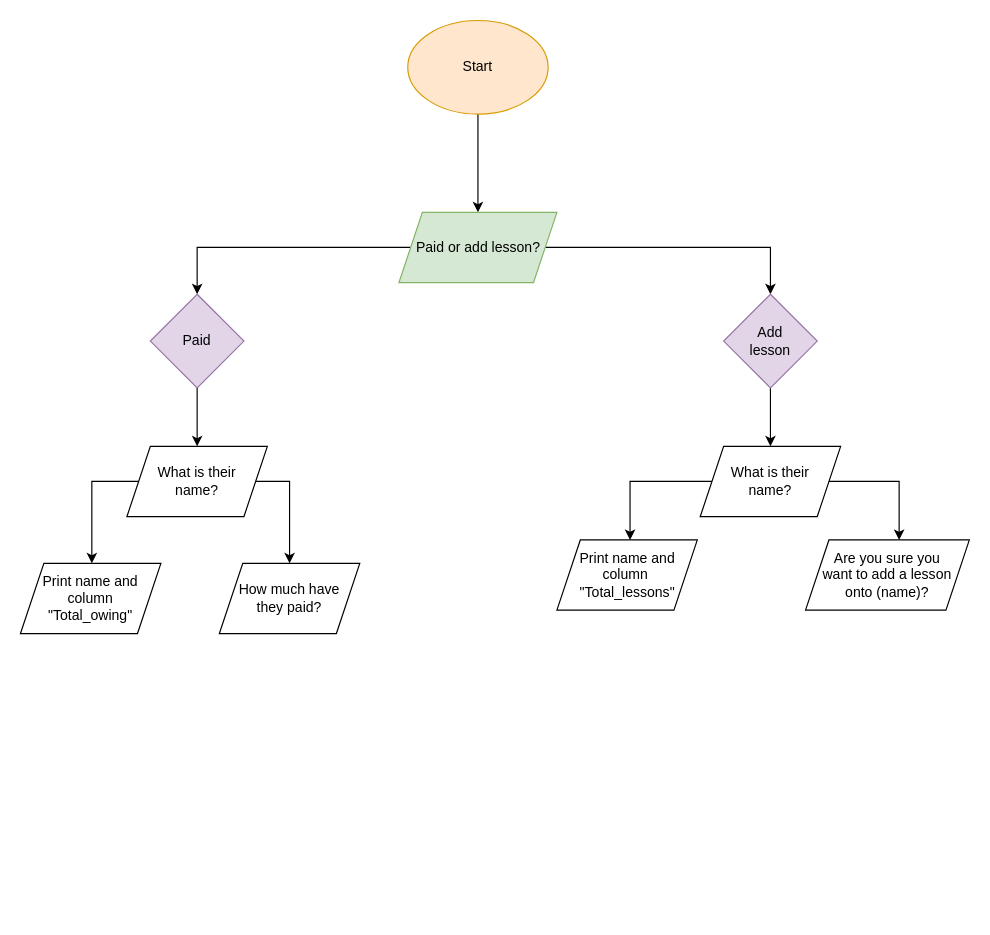
Above: Untitled Diagram.drawio in kenenugget/hello-world (draw.io), before the change. Source tidied: cells renumbered, new cells numbered last; positions are measured from the earlier drawing's top-left corner, leaving out a move shared by most shapes. Both pictures are drawn from the tidied source at 117%, with x=0, y=0 at pixel (20, 20).
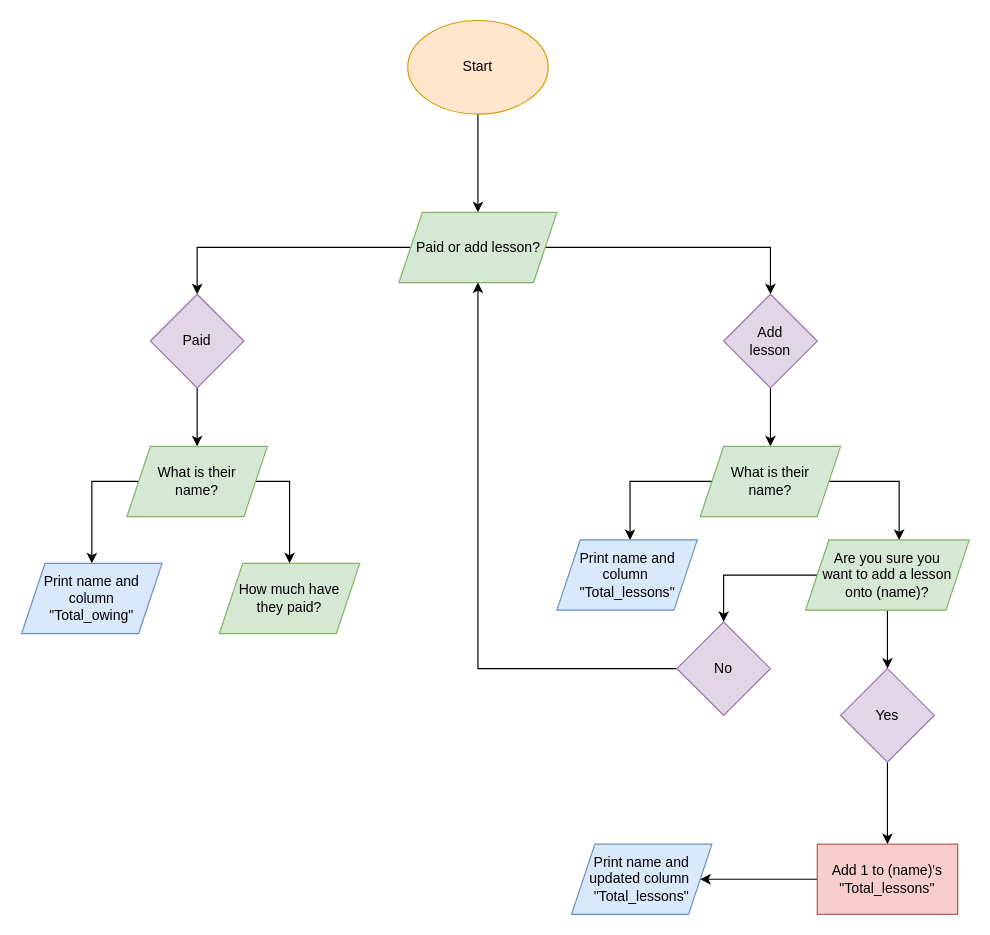
The same diagram, later.

Unchanged cells that the change refers to:
```xml
<mxCell id="6" value="Paid or add lesson?" style="shape=parallelogram;perimeter=parallelogramPerimeter;whiteSpace=wrap;html=1;fixedSize=1;fillColor=#d5e8d4;strokeColor=#82b366;" parent="1" vertex="1">
  <mxGeometry x="323.5" y="164" width="135" height="60" as="geometry" />
</mxCell>
```

What changed in the source:
```diff
@@
-    <mxCell id="13" value="What is their &lt;br&gt;name?" style="shape=parallelogram;perimeter=parallelogramPerimeter;whiteSpace=wrap;html=1;fixedSize=1;" parent="1" vertex="1">
+    <mxCell id="13" value="What is their &lt;br&gt;name?" style="shape=parallelogram;perimeter=parallelogramPerimeter;whiteSpace=wrap;html=1;fixedSize=1;fillColor=#d5e8d4;strokeColor=#82b366;" parent="1" vertex="1">
       <mxGeometry x="91" y="364" width="120" height="60" as="geometry" />
     </mxCell>
@@
-    <mxCell id="16" value="What is their &lt;br&gt;name?" style="shape=parallelogram;perimeter=parallelogramPerimeter;whiteSpace=wrap;html=1;fixedSize=1;" parent="1" vertex="1">
+    <mxCell id="16" value="What is their &lt;br&gt;name?" style="shape=parallelogram;perimeter=parallelogramPerimeter;whiteSpace=wrap;html=1;fixedSize=1;fillColor=#d5e8d4;strokeColor=#82b366;" parent="1" vertex="1">
       <mxGeometry x="581" y="364" width="120" height="60" as="geometry" />
     </mxCell>
-    <mxCell id="17" value="Print name and column &lt;br&gt;&quot;Total_owing&quot;" style="shape=parallelogram;perimeter=parallelogramPerimeter;whiteSpace=wrap;html=1;fixedSize=1;" parent="1" vertex="1">
-      <mxGeometry y="464" width="120" height="60" as="geometry" />
+    <mxCell id="17" value="Print name and column &lt;br&gt;&quot;Total_owing&quot;" style="shape=parallelogram;perimeter=parallelogramPerimeter;whiteSpace=wrap;html=1;fixedSize=1;fillColor=#dae8fc;strokeColor=#6c8ebf;" parent="1" vertex="1">
+      <mxGeometry x="1" y="464" width="120" height="60" as="geometry" />
     </mxCell>
-    <mxCell id="18" value="How much have&lt;br&gt;they paid?" style="shape=parallelogram;perimeter=parallelogramPerimeter;whiteSpace=wrap;html=1;fixedSize=1;" parent="1" vertex="1">
+    <mxCell id="18" value="How much have&lt;br&gt;they paid?" style="shape=parallelogram;perimeter=parallelogramPerimeter;whiteSpace=wrap;html=1;fixedSize=1;fillColor=#d5e8d4;strokeColor=#82b366;" parent="1" vertex="1">
       <mxGeometry x="170" y="464" width="120" height="60" as="geometry" />
     </mxCell>
-    <mxCell id="19" value="Print name and column&amp;nbsp;&lt;br&gt;&quot;Total_lessons&quot;" style="shape=parallelogram;perimeter=parallelogramPerimeter;whiteSpace=wrap;html=1;fixedSize=1;" parent="1" vertex="1">
+    <mxCell id="19" value="Print name and column&amp;nbsp;&lt;br&gt;&quot;Total_lessons&quot;" style="shape=parallelogram;perimeter=parallelogramPerimeter;whiteSpace=wrap;html=1;fixedSize=1;fillColor=#dae8fc;strokeColor=#6c8ebf;" parent="1" vertex="1">
       <mxGeometry x="458.5" y="444" width="120" height="60" as="geometry" />
     </mxCell>
+    <mxCell id="21" style="edgeStyle=orthogonalEdgeStyle;rounded=0;jettySize=auto;html=1;" parent="1" edge="1" source="20" target="24">
+      <mxGeometry relative="1" as="geometry">
+        <Array as="points">
+          <mxPoint x="601" y="474" />
+        </Array>
+      </mxGeometry>
+    </mxCell>
+    <mxCell id="22" style="edgeStyle=orthogonalEdgeStyle;rounded=0;jettySize=auto;html=1;" parent="1" edge="1" source="20" target="26">
+      <mxGeometry relative="1" as="geometry" />
+    </mxCell>
-    <mxCell id="20" value="Are you sure you &lt;br&gt;want to add a lesson &lt;br&gt;onto (name)?" style="shape=parallelogram;perimeter=parallelogramPerimeter;whiteSpace=wrap;html=1;fixedSize=1;" parent="1" vertex="1">
+    <mxCell id="20" value="Are you sure you &lt;br&gt;want to add a lesson &lt;br&gt;onto (name)?" style="shape=parallelogram;perimeter=parallelogramPerimeter;whiteSpace=wrap;html=1;fixedSize=1;fillColor=#d5e8d4;strokeColor=#82b366;" parent="1" vertex="1">
       <mxGeometry x="671" y="444" width="140" height="60" as="geometry" />
     </mxCell>
+    <mxCell id="23" style="edgeStyle=orthogonalEdgeStyle;rounded=0;jettySize=auto;html=1;entryX=0.5;entryY=1;entryDx=0;entryDy=0;" parent="1" edge="1" source="24" target="6">
+      <mxGeometry relative="1" as="geometry" />
+    </mxCell>
+    <mxCell id="24" value="No" style="rhombus;whiteSpace=wrap;html=1;fillColor=#e1d5e7;strokeColor=#9673a6;" parent="1" vertex="1">
+      <mxGeometry x="561" y="514" width="80" height="80" as="geometry" />
+    </mxCell>
+    <mxCell id="25" style="edgeStyle=orthogonalEdgeStyle;rounded=0;jettySize=auto;html=1;entryX=0.5;entryY=0;entryDx=0;entryDy=0;" parent="1" edge="1" source="26" target="29">
+      <mxGeometry relative="1" as="geometry" />
+    </mxCell>
+    <mxCell id="26" value="Yes" style="rhombus;whiteSpace=wrap;html=1;fillColor=#e1d5e7;strokeColor=#9673a6;" parent="1" vertex="1">
+      <mxGeometry x="701" y="554" width="80" height="80" as="geometry" />
+    </mxCell>
+    <mxCell id="27" value="Print name and updated column&amp;nbsp;&lt;br&gt;&quot;Total_lessons&quot;" style="shape=parallelogram;perimeter=parallelogramPerimeter;whiteSpace=wrap;html=1;fixedSize=1;fillColor=#dae8fc;strokeColor=#6c8ebf;" parent="1" vertex="1">
+      <mxGeometry x="471" y="704" width="120" height="60" as="geometry" />
+    </mxCell>
+    <mxCell id="28" style="edgeStyle=orthogonalEdgeStyle;rounded=0;jettySize=auto;html=1;entryX=1;entryY=0.5;entryDx=0;entryDy=0;" parent="1" edge="1" source="29" target="27">
+      <mxGeometry relative="1" as="geometry" />
+    </mxCell>
+    <mxCell id="29" value="Add 1 to (name)'s &quot;Total_lessons&quot;" style="rounded=0;whiteSpace=wrap;html=1;fillColor=#f8cecc;strokeColor=#b85450;" parent="1" vertex="1">
+      <mxGeometry x="681" y="704" width="120" height="60" as="geometry" />
+    </mxCell>
```
